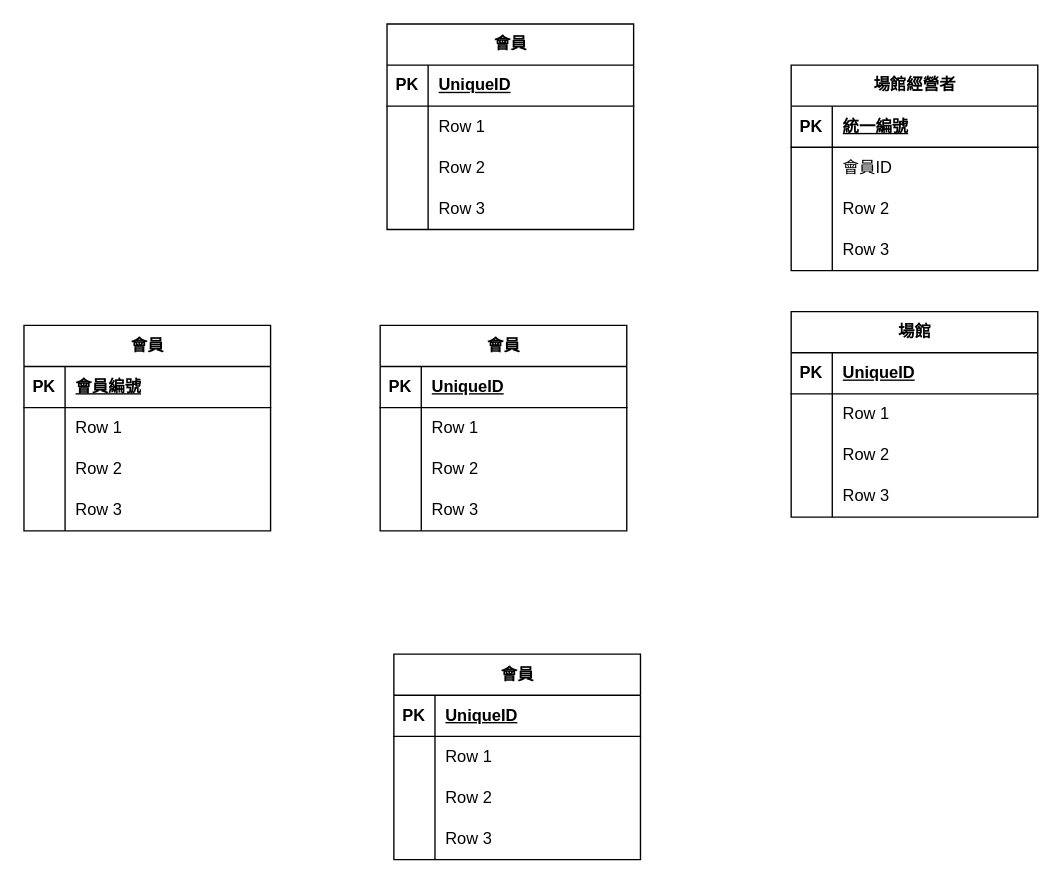
Before: page "Shopping Mall" (3 of 4) of ERmodel_practice1017.drawio in marco79811/ER_model, a draw.io diagram. Source tidied: cells renumbered, new cells numbered last; positions are measured from the earlier drawing's top-left corner, leaving out a move shared by most shapes. Both pictures are drawn from the tidied source at 137%, with x=0, y=0 at pixel (23, 23).
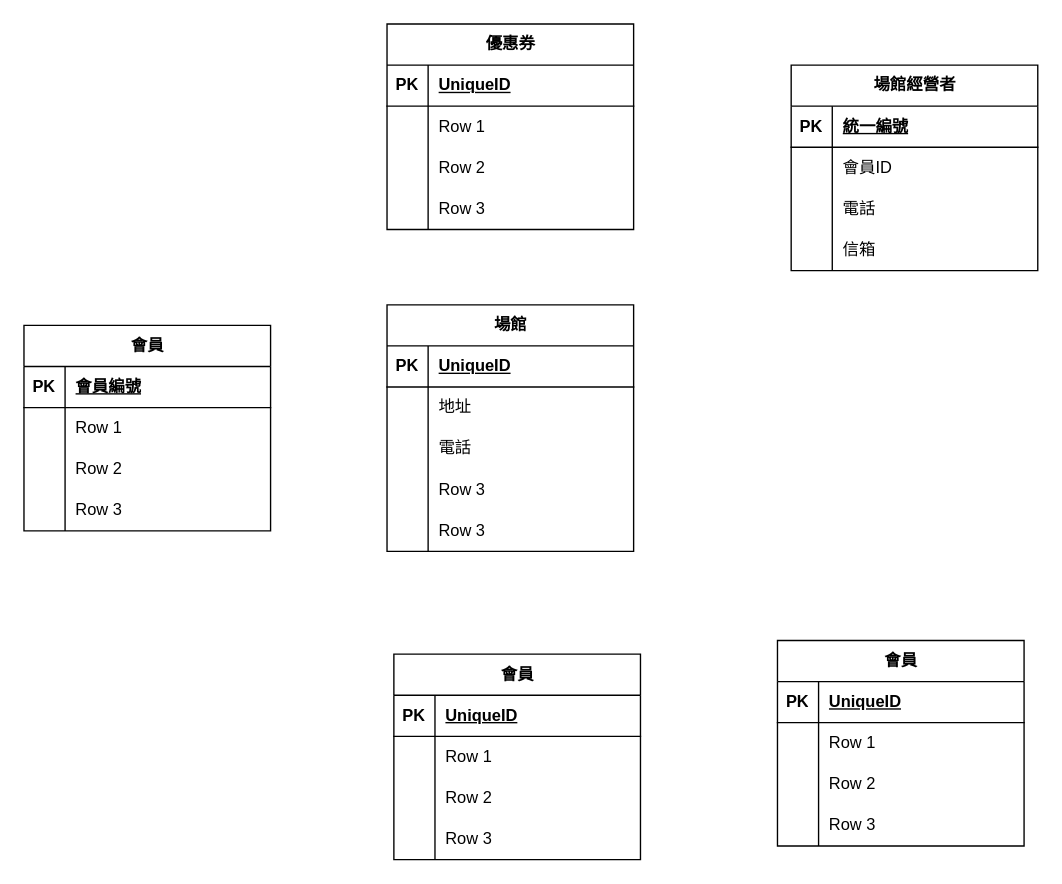
Above is the later version.

The change refers to these unchanged cells:
```xml
<mxCell id="61" style="shape=tableRow;horizontal=0;startSize=0;swimlaneHead=0;swimlaneBody=0;fillColor=none;top=0;left=0;right=0;bottom=0;" parent="54" vertex="1">
  <mxGeometry y="90" width="180" height="30" as="geometry" />
</mxCell>
<mxCell id="64" style="shape=tableRow;horizontal=0;startSize=0;swimlaneHead=0;swimlaneBody=0;fillColor=none;top=0;left=0;right=0;bottom=0;" parent="54" vertex="1">
  <mxGeometry y="120" width="180" height="30" as="geometry" />
</mxCell>
<mxCell id="71" style="shape=tableRow;horizontal=0;startSize=0;swimlaneHead=0;swimlaneBody=0;fillColor=none;top=0;left=0;right=0;bottom=0;" parent="67" vertex="1">
  <mxGeometry y="60" width="180" height="30" as="geometry" />
</mxCell>
<mxCell id="74" style="shape=tableRow;horizontal=0;startSize=0;swimlaneHead=0;swimlaneBody=0;fillColor=none;top=0;left=0;right=0;bottom=0;" parent="67" vertex="1">
  <mxGeometry y="90" width="180" height="30" as="geometry" />
</mxCell>
```

The edit, as a diff of the source:
```diff
@@
-    <mxCell id="2" value="會員" style="shape=table;startSize=30;childLayout=tableLayout;rowLines=0;fontStyle=1;align=center;html=1;" parent="1" vertex="1">
+    <mxCell id="2" value="優惠券" style="shape=table;startSize=30;childLayout=tableLayout;rowLines=0;fontStyle=1;align=center;html=1;" parent="1" vertex="1">
       <mxGeometry x="265" width="180" height="150" as="geometry" />
     </mxCell>
@@
     <mxCell id="41" value="會員" style="shape=table;startSize=30;childLayout=tableLayout;rowLines=0;fontStyle=1;align=center;html=1;" parent="1" vertex="1">
-      <mxGeometry x="260" y="220" width="180" height="150" as="geometry" />
+      <mxGeometry x="550" y="450" width="180" height="150" as="geometry" />
     </mxCell>
@@
-    <mxCell id="63" value="Row 2" style="shape=partialRectangle;fillColor=none;top=0;left=0;bottom=0;right=0;align=left;spacingLeft=6;overflow=hidden;whiteSpace=wrap;html=1;" parent="61" vertex="1">
+    <mxCell id="63" value="&lt;div&gt;電話&lt;/div&gt;" style="shape=partialRectangle;fillColor=none;top=0;left=0;bottom=0;right=0;align=left;spacingLeft=6;overflow=hidden;whiteSpace=wrap;html=1;" parent="61" vertex="1">
       <mxGeometry x="30" width="150" height="30" as="geometry" />
     </mxCell>
@@
-    <mxCell id="66" value="Row 3" style="shape=partialRectangle;fillColor=none;top=0;left=0;bottom=0;right=0;align=left;spacingLeft=6;overflow=hidden;whiteSpace=wrap;html=1;" parent="64" vertex="1">
+    <mxCell id="66" value="信箱" style="shape=partialRectangle;fillColor=none;top=0;left=0;bottom=0;right=0;align=left;spacingLeft=6;overflow=hidden;whiteSpace=wrap;html=1;" parent="64" vertex="1">
       <mxGeometry x="30" width="150" height="30" as="geometry" />
     </mxCell>
     <mxCell id="67" value="場館" style="shape=table;startSize=30;childLayout=tableLayout;rowLines=0;fontStyle=1;align=center;html=1;" parent="1" vertex="1">
-      <mxGeometry x="560" y="210" width="180" height="150" as="geometry" />
+      <mxGeometry x="265" y="205" width="180" height="180" as="geometry" />
     </mxCell>
@@
-    <mxCell id="73" value="Row 1" style="shape=partialRectangle;fillColor=none;top=0;left=0;bottom=0;right=0;align=left;spacingLeft=6;overflow=hidden;whiteSpace=wrap;html=1;" parent="71" vertex="1">
+    <mxCell id="73" value="地址" style="shape=partialRectangle;fillColor=none;top=0;left=0;bottom=0;right=0;align=left;spacingLeft=6;overflow=hidden;whiteSpace=wrap;html=1;" parent="71" vertex="1">
       <mxGeometry x="30" width="150" height="30" as="geometry" />
     </mxCell>
@@
-    <mxCell id="76" value="Row 2" style="shape=partialRectangle;fillColor=none;top=0;left=0;bottom=0;right=0;align=left;spacingLeft=6;overflow=hidden;whiteSpace=wrap;html=1;" parent="74" vertex="1">
+    <mxCell id="76" value="電話" style="shape=partialRectangle;fillColor=none;top=0;left=0;bottom=0;right=0;align=left;spacingLeft=6;overflow=hidden;whiteSpace=wrap;html=1;" parent="74" vertex="1">
       <mxGeometry x="30" width="150" height="30" as="geometry" />
     </mxCell>
@@
+    <mxCell id="80" style="shape=tableRow;horizontal=0;startSize=0;swimlaneHead=0;swimlaneBody=0;fillColor=none;top=0;left=0;right=0;bottom=0;" parent="67" vertex="1">
+      <mxGeometry y="150" width="180" height="30" as="geometry" />
+    </mxCell>
+    <mxCell id="81" style="shape=partialRectangle;fillColor=none;top=0;left=0;bottom=0;right=0;overflow=hidden;whiteSpace=wrap;html=1;" parent="80" vertex="1">
+      <mxGeometry width="30" height="30" as="geometry" />
+    </mxCell>
+    <mxCell id="82" value="Row 3" style="shape=partialRectangle;fillColor=none;top=0;left=0;bottom=0;right=0;align=left;spacingLeft=6;overflow=hidden;whiteSpace=wrap;html=1;" parent="80" vertex="1">
+      <mxGeometry x="30" width="150" height="30" as="geometry" />
+    </mxCell>
```
